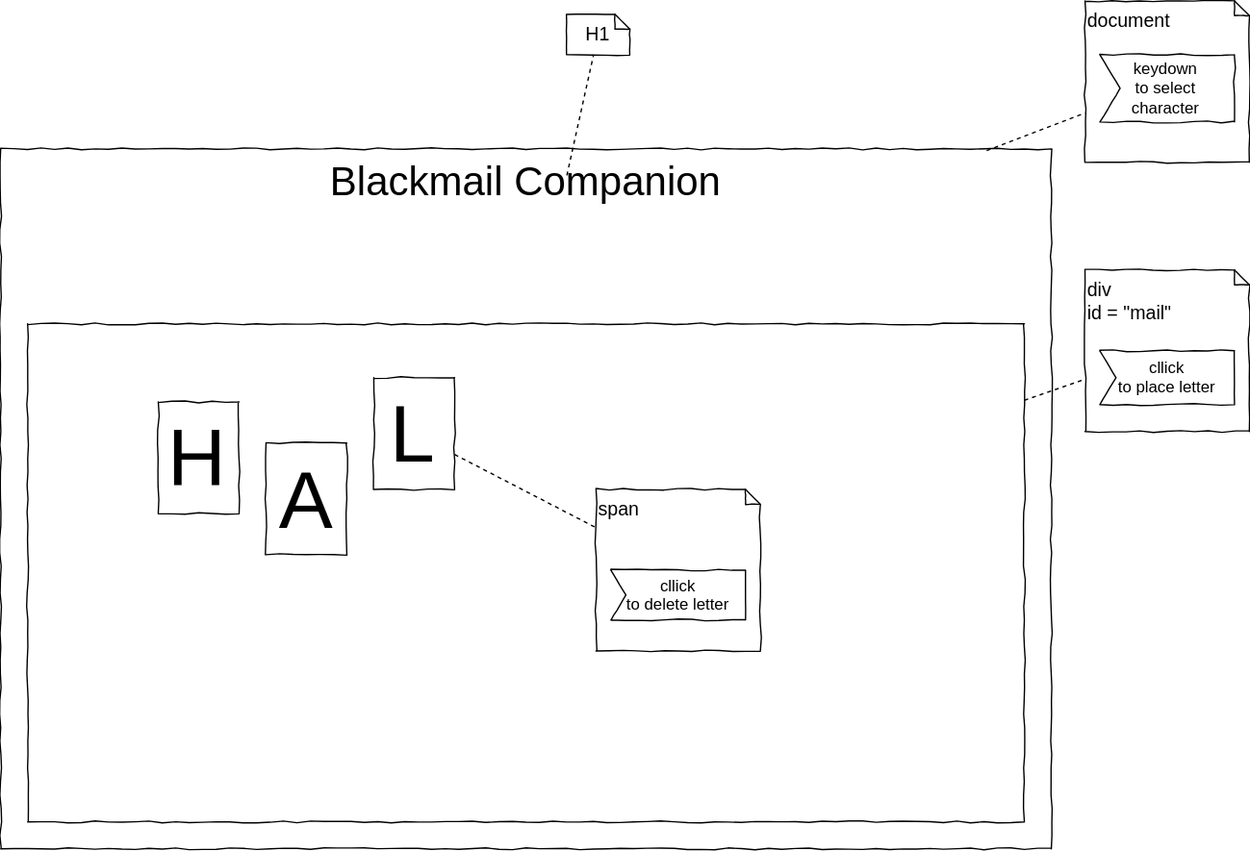
JirkaDellOro/EIA2-Inverted keeps this draw.io diagram as L02_Events/Material/draw.io/Sketch.svg. Above is the earlier version. Source tidied: cells renumbered, new cells last; positions are measured from the earlier drawing's top-left corner, leaving out a move shared by most shapes. The source it was exported from:
```xml
<mxGraphModel>
  <root>
    <mxCell id="0" />
    <mxCell id="1" parent="0" />
    <mxCell id="2" value="&lt;div&gt;&lt;span&gt;&lt;font style=&quot;font-size: 30px&quot;&gt;Blackmail Companion&lt;/font&gt;&lt;/span&gt;&lt;/div&gt;" style="rounded=0;whiteSpace=wrap;html=1;shadow=0;glass=0;comic=1;strokeColor=#000000;labelPosition=center;verticalLabelPosition=middle;align=center;verticalAlign=top;absoluteArcSize=1;arcSize=50;" parent="1" vertex="1">
      <mxGeometry y="110" width="780" height="520" as="geometry" />
    </mxCell>
    <mxCell id="3" value="&lt;div style=&quot;text-align: left&quot;&gt;&lt;br&gt;&lt;/div&gt;" style="rounded=0;whiteSpace=wrap;html=1;shadow=0;glass=0;comic=1;strokeColor=#000000;labelPosition=center;verticalLabelPosition=middle;align=left;verticalAlign=top;absoluteArcSize=1;arcSize=50;" parent="1" vertex="1">
      <mxGeometry x="20" y="240" width="740" height="370" as="geometry" />
    </mxCell>
    <mxCell id="4" value="&lt;div style=&quot;&quot;&gt;&lt;span&gt;&lt;font style=&quot;font-size: 60px&quot;&gt;H&lt;/font&gt;&lt;/span&gt;&lt;/div&gt;" style="rounded=0;whiteSpace=wrap;html=1;shadow=0;glass=0;comic=1;strokeColor=#000000;labelPosition=center;verticalLabelPosition=middle;align=center;verticalAlign=top;absoluteArcSize=1;arcSize=50;" parent="1" vertex="1">
      <mxGeometry x="117" y="298" width="60" height="83" as="geometry" />
    </mxCell>
    <mxCell id="5" value="&lt;div&gt;&lt;span&gt;&lt;font style=&quot;font-size: 60px&quot;&gt;A&lt;/font&gt;&lt;/span&gt;&lt;/div&gt;" style="rounded=0;whiteSpace=wrap;html=1;shadow=0;glass=0;comic=1;strokeColor=#000000;labelPosition=center;verticalLabelPosition=middle;align=center;verticalAlign=top;absoluteArcSize=1;arcSize=50;" parent="1" vertex="1">
      <mxGeometry x="197" y="328.5" width="60" height="83" as="geometry" />
    </mxCell>
    <mxCell id="6" value="&lt;div&gt;&lt;span&gt;&lt;font style=&quot;font-size: 60px&quot;&gt;L&lt;/font&gt;&lt;/span&gt;&lt;/div&gt;" style="rounded=0;whiteSpace=wrap;html=1;shadow=0;glass=0;comic=1;strokeColor=#000000;labelPosition=center;verticalLabelPosition=middle;align=center;verticalAlign=top;absoluteArcSize=1;arcSize=50;" parent="1" vertex="1">
      <mxGeometry x="277" y="280" width="60" height="83" as="geometry" />
    </mxCell>
    <mxCell id="7" value="document" style="shape=note;strokeWidth=1;fontSize=14;size=11;whiteSpace=wrap;html=1;rounded=0;shadow=0;comic=1;fillColor=#FFFFFF;align=left;verticalAlign=top;" parent="1" vertex="1">
      <mxGeometry x="805" width="122" height="120" as="geometry" />
    </mxCell>
    <mxCell id="8" value="div&lt;br&gt;id = &quot;mail&quot;" style="shape=note;strokeWidth=1;fontSize=14;size=11;whiteSpace=wrap;html=1;rounded=0;shadow=0;comic=1;fillColor=#FFFFFF;align=left;verticalAlign=top;" parent="1" vertex="1">
      <mxGeometry x="805" y="200" width="122" height="120" as="geometry" />
    </mxCell>
    <mxCell id="9" style="endArrow=none;dashed=1;html=1;exitX=0.938;exitY=0.001;exitDx=0;exitDy=0;exitPerimeter=0;" parent="1" edge="1" source="2" target="7">
      <mxGeometry relative="1" as="geometry" />
    </mxCell>
    <mxCell id="10" value="H1" style="shape=note;strokeWidth=1;fontSize=14;size=11;whiteSpace=wrap;html=1;rounded=0;shadow=0;comic=1;fillColor=#FFFFFF;align=center;" parent="1" vertex="1">
      <mxGeometry x="420" y="10" width="47" height="30" as="geometry" />
    </mxCell>
    <mxCell id="11" style="endArrow=none;dashed=1;html=1;exitX=0.538;exitY=0.038;exitDx=0;exitDy=0;exitPerimeter=0;" parent="1" edge="1" source="2" target="10">
      <mxGeometry relative="1" as="geometry" />
    </mxCell>
    <mxCell id="12" value="keydown&#10;to select character" style="shape=mxgraph.sysml.accEvent;flipH=0;whiteSpace=wrap;align=center;shadow=0;strokeWidth=1;comic=1;" parent="1" vertex="1">
      <mxGeometry x="816" y="40" width="100" height="50" as="geometry" />
    </mxCell>
    <mxCell id="13" value="cllick&#10;to place letter" style="shape=mxgraph.sysml.accEvent;flipH=0;whiteSpace=wrap;align=center;shadow=0;strokeWidth=1;comic=1;" parent="1" vertex="1">
      <mxGeometry x="816" y="260" width="100" height="40" as="geometry" />
    </mxCell>
    <mxCell id="14" style="endArrow=none;dashed=1;html=1;" parent="1" edge="1" source="3" target="8">
      <mxGeometry relative="1" as="geometry" />
    </mxCell>
    <mxCell id="15" value="span" style="shape=note;strokeWidth=1;fontSize=14;size=11;whiteSpace=wrap;html=1;rounded=0;shadow=0;comic=1;fillColor=#FFFFFF;align=left;verticalAlign=top;" parent="1" vertex="1">
      <mxGeometry x="442" y="363" width="122" height="120" as="geometry" />
    </mxCell>
    <mxCell id="16" value="cllick&#10;to delete letter" style="shape=mxgraph.sysml.accEvent;flipH=0;whiteSpace=wrap;align=center;shadow=0;strokeWidth=1;comic=1;" parent="1" vertex="1">
      <mxGeometry x="453" y="423" width="100" height="37" as="geometry" />
    </mxCell>
    <mxCell id="17" style="endArrow=none;dashed=1;html=1;" parent="1" edge="1" source="6" target="15">
      <mxGeometry relative="1" as="geometry" />
    </mxCell>
  </root>
</mxGraphModel>
```
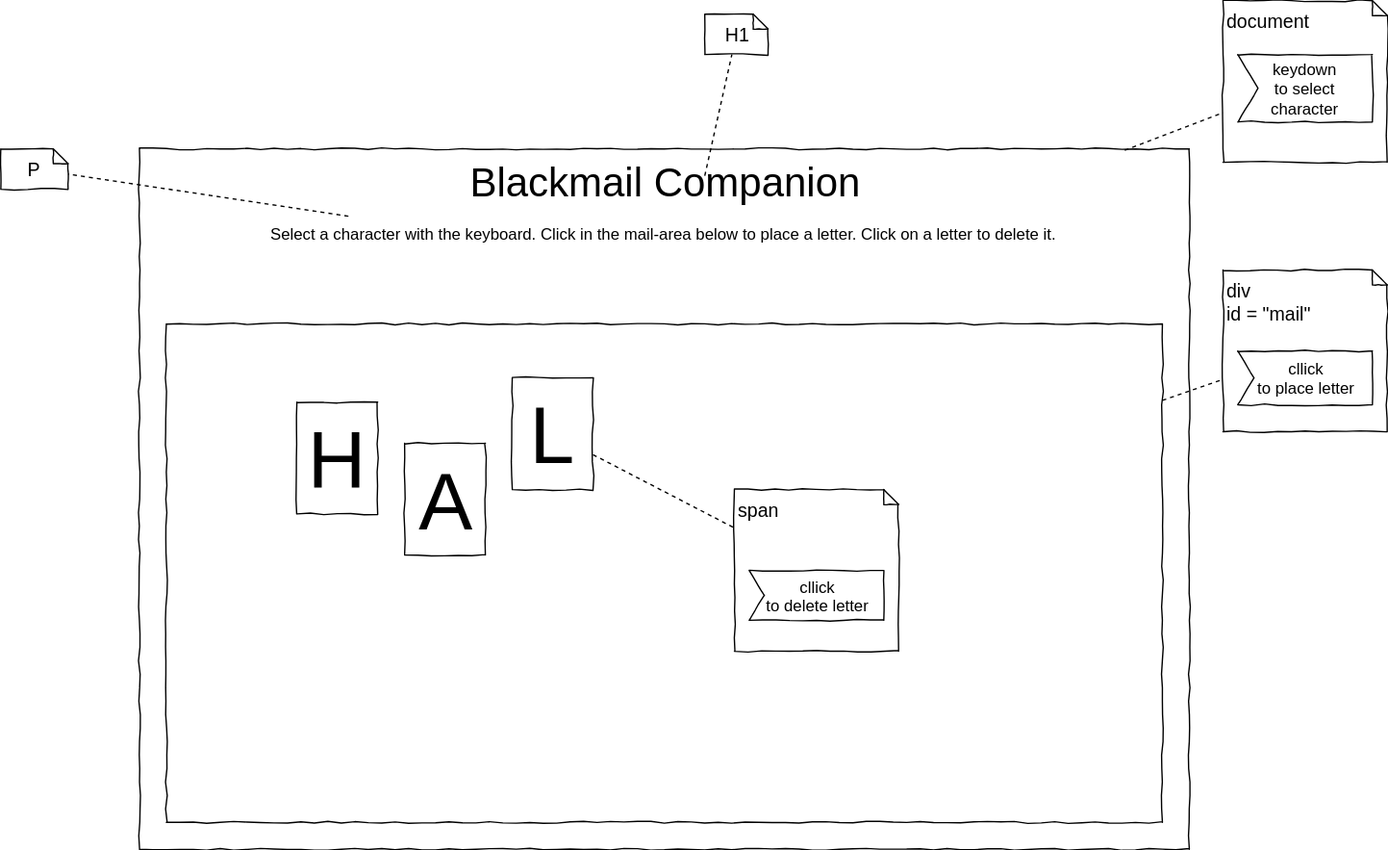
The same diagram one commit later.

The edit, as a diff of the source:
```diff
@@ -50,5 +50,14 @@
     <mxCell id="17" style="endArrow=none;dashed=1;html=1;" parent="1" edge="1" source="6" target="15">
       <mxGeometry relative="1" as="geometry" />
     </mxCell>
+    <mxCell id="18" value="&lt;div&gt;&lt;span&gt;Select a character with the keyboard. Click in the mail-area below to place a letter. Click on a letter to delete it.&lt;/span&gt;&lt;/div&gt;" style="rounded=0;whiteSpace=wrap;html=1;shadow=0;glass=0;comic=1;strokeColor=none;labelPosition=center;verticalLabelPosition=middle;align=center;verticalAlign=top;absoluteArcSize=1;arcSize=50;" parent="1" vertex="1">
+      <mxGeometry x="20" y="160" width="737" height="70" as="geometry" />
+    </mxCell>
+    <mxCell id="19" value="P" style="shape=note;strokeWidth=1;fontSize=14;size=11;whiteSpace=wrap;html=1;rounded=0;shadow=0;comic=1;fillColor=#FFFFFF;" parent="1" vertex="1">
+      <mxGeometry x="-103" y="110" width="50" height="30" as="geometry" />
+    </mxCell>
+    <mxCell id="20" style="endArrow=none;dashed=1;html=1;" parent="1" edge="1" source="18" target="19">
+      <mxGeometry relative="1" as="geometry" />
+    </mxCell>
   </root>
 </mxGraphModel>
```
